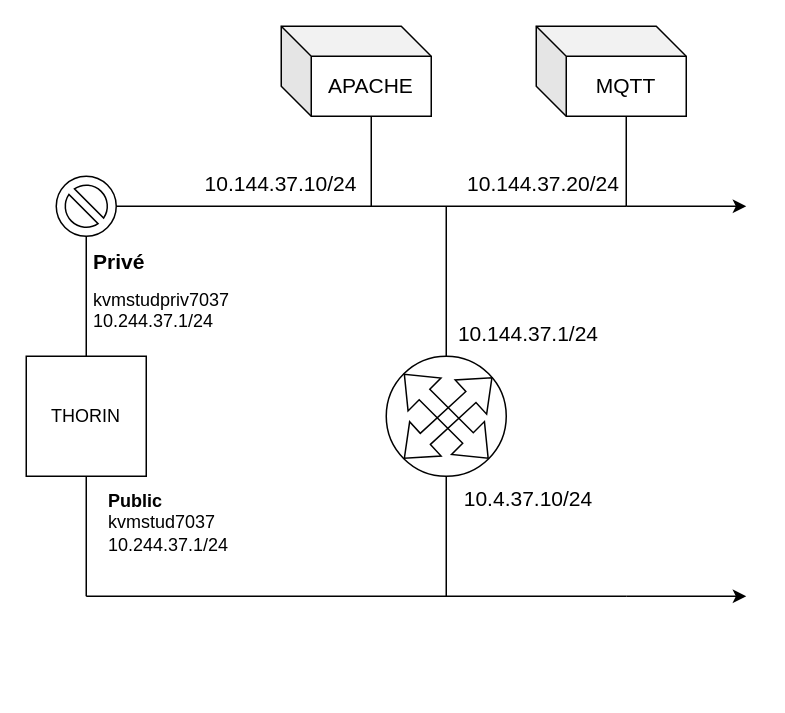
Above: dist/Untitled Diagram.drawio in guedesite/github-profile-3d-contrib (draw.io), before the change. Source tidied: cells renumbered, new cells numbered last; positions are measured from the earlier drawing's top-left corner, leaving out a move shared by most shapes. Both pictures are drawn from the tidied source at 150%, with x=0, y=0 at pixel (26, 26).
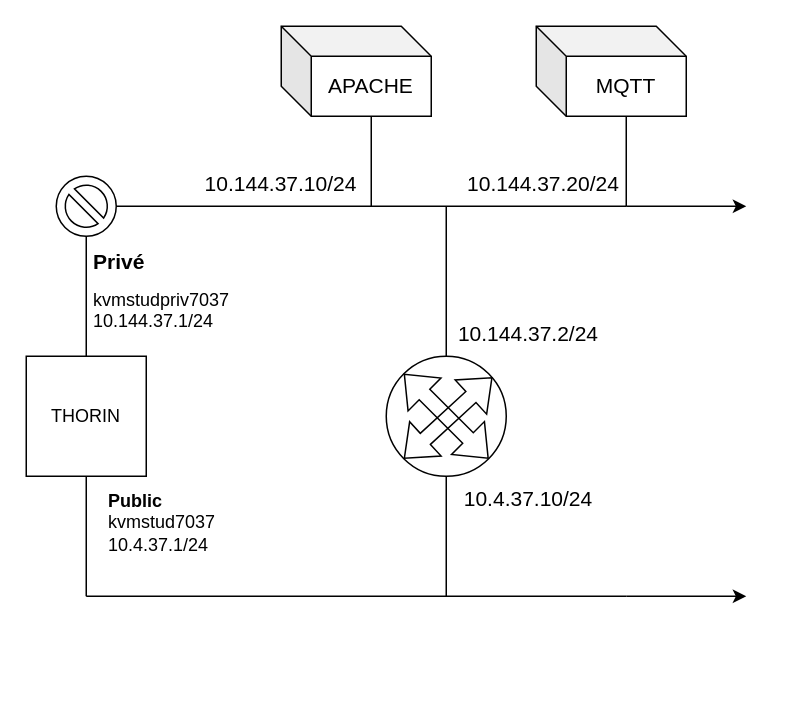
The same diagram, later.

The edit, as a diff of the source:
```diff
@@
-    <mxCell id="9" value="&lt;h1 style=&quot;font-size: 14px&quot;&gt;Privé&lt;/h1&gt;&lt;div&gt;kvmstudpriv7037&lt;/div&gt;&lt;div&gt;10.244.37.1/24&lt;br&gt;&lt;/div&gt;" style="text;html=1;strokeColor=none;fillColor=none;spacing=5;spacingTop=-20;whiteSpace=wrap;overflow=hidden;rounded=0;" parent="1" vertex="1">
+    <mxCell id="9" value="&lt;h1 style=&quot;font-size: 14px&quot;&gt;Privé&lt;/h1&gt;&lt;div&gt;kvmstudpriv7037&lt;/div&gt;&lt;div&gt;10.144.37.1/24&lt;br&gt;&lt;/div&gt;" style="text;html=1;strokeColor=none;fillColor=none;spacing=5;spacingTop=-20;whiteSpace=wrap;overflow=hidden;rounded=0;" parent="1" vertex="1">
       <mxGeometry x="40" y="150" width="190" height="120" as="geometry" />
     </mxCell>
-    <mxCell id="10" value="&lt;b&gt;Public&lt;/b&gt;&lt;div&gt;kvmstud7037&lt;/div&gt;&lt;div&gt;10.244.37.1/24&lt;br&gt;&lt;/div&gt;" style="text;html=1;strokeColor=none;fillColor=none;spacing=5;spacingTop=-20;whiteSpace=wrap;overflow=hidden;rounded=0;" parent="1" vertex="1">
+    <mxCell id="10" value="&lt;b&gt;Public&lt;/b&gt;&lt;div&gt;kvmstud7037&lt;/div&gt;&lt;div&gt;10.4.37.1/24&lt;br&gt;&lt;/div&gt;" style="text;html=1;strokeColor=none;fillColor=none;spacing=5;spacingTop=-20;whiteSpace=wrap;overflow=hidden;rounded=0;" parent="1" vertex="1">
       <mxGeometry x="50" y="320" width="190" height="120" as="geometry" />
     </mxCell>
@@
-    <mxCell id="21" value="10.144.37.1/24" style="text;html=1;strokeColor=none;fillColor=none;align=center;verticalAlign=middle;whiteSpace=wrap;rounded=0;fontSize=14;" parent="1" vertex="1">
+    <mxCell id="21" value="10.144.37.2/24" style="text;html=1;strokeColor=none;fillColor=none;align=center;verticalAlign=middle;whiteSpace=wrap;rounded=0;fontSize=14;" parent="1" vertex="1">
       <mxGeometry x="280" y="190" width="110" height="30" as="geometry" />
     </mxCell>
```
